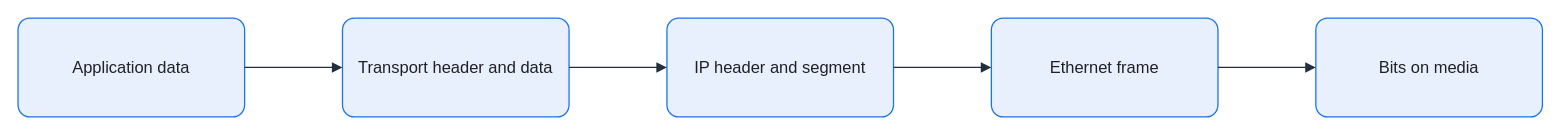
The draw.io diagram assets/img/network/osi-encapsulation-flow.drawio in KKamJi98/kkamji98.github.io, before the edit. Source tidied: cells renumbered, new cells numbered last; positions are measured from the earlier drawing's top-left corner, leaving out a move shared by most shapes. Both pictures are drawn from the tidied source at 103%, with x=0, y=0 at pixel (18, 18).
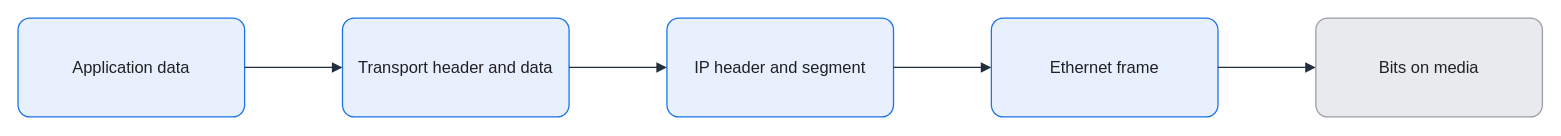
After the change.

What changed in the source:
```diff
@@
 <mxGraphModel background="#FFFFFF">
   <root>
     <mxCell id="0" />
     <mxCell id="1" parent="0" />
     <mxCell id="2" value="Application data" style="rounded=1;arcSize=12;whiteSpace=wrap;html=0;fillColor=#E8F0FE;strokeColor=#1A73E8;strokeWidth=1.25;fontColor=#202124;fontSize=16;align=center;verticalAlign=middle;spacing=8;shadow=0;" parent="1" vertex="1">
       <mxGeometry width="220" height="96" as="geometry" />
     </mxCell>
     <mxCell id="3" value="Transport header and data" style="rounded=1;arcSize=12;whiteSpace=wrap;html=0;fillColor=#E8F0FE;strokeColor=#1A73E8;strokeWidth=1.25;fontColor=#202124;fontSize=16;align=center;verticalAlign=middle;spacing=8;shadow=0;" parent="1" vertex="1">
       <mxGeometry x="315" width="220" height="96" as="geometry" />
     </mxCell>
     <mxCell id="4" value="IP header and segment" style="rounded=1;arcSize=12;whiteSpace=wrap;html=0;fillColor=#E8F0FE;strokeColor=#1A73E8;strokeWidth=1.25;fontColor=#202124;fontSize=16;align=center;verticalAlign=middle;spacing=8;shadow=0;" parent="1" vertex="1">
       <mxGeometry x="630" width="220" height="96" as="geometry" />
     </mxCell>
     <mxCell id="5" value="Ethernet frame" style="rounded=1;arcSize=12;whiteSpace=wrap;html=0;fillColor=#E8F0FE;strokeColor=#1A73E8;strokeWidth=1.25;fontColor=#202124;fontSize=16;align=center;verticalAlign=middle;spacing=8;shadow=0;" parent="1" vertex="1">
       <mxGeometry x="945" width="220" height="96" as="geometry" />
     </mxCell>
-    <mxCell id="6" value="Bits on media" style="rounded=1;arcSize=12;whiteSpace=wrap;html=0;fillColor=#E8F0FE;strokeColor=#1A73E8;strokeWidth=1.25;fontColor=#202124;fontSize=16;align=center;verticalAlign=middle;spacing=8;shadow=0;" parent="1" vertex="1">
+    <mxCell id="6" value="Bits on media" style="rounded=1;arcSize=12;whiteSpace=wrap;html=0;fillColor=#E8EAED;strokeColor=#9AA0A6;strokeWidth=1.25;fontColor=#202124;fontSize=16;align=center;verticalAlign=middle;spacing=8;shadow=0;" parent="1" vertex="1">
       <mxGeometry x="1260" width="220" height="96" as="geometry" />
     </mxCell>
     <mxCell id="7" style="edgeStyle=orthogonalEdgeStyle;rounded=0;jettySize=auto;html=0;endArrow=block;endFill=1;strokeColor=#232F3E;strokeWidth=1.25;fontColor=#202124;labelBackgroundColor=none;exitX=1;exitY=0.5;exitDx=0;exitDy=0;entryX=0;entryY=0.5;entryDx=0;entryDy=0;endSize=7;" parent="1" edge="1" source="2" target="3">
       <mxGeometry relative="1" as="geometry" />
     </mxCell>
     <mxCell id="8" style="edgeStyle=orthogonalEdgeStyle;rounded=0;jettySize=auto;html=0;endArrow=block;endFill=1;strokeColor=#232F3E;strokeWidth=1.25;fontColor=#202124;labelBackgroundColor=none;exitX=1;exitY=0.5;exitDx=0;exitDy=0;entryX=0;entryY=0.5;entryDx=0;entryDy=0;endSize=7;" parent="1" edge="1" source="3" target="4">
       <mxGeometry relative="1" as="geometry" />
     </mxCell>
     <mxCell id="9" style="edgeStyle=orthogonalEdgeStyle;rounded=0;jettySize=auto;html=0;endArrow=block;endFill=1;strokeColor=#232F3E;strokeWidth=1.25;fontColor=#202124;labelBackgroundColor=none;exitX=1;exitY=0.5;exitDx=0;exitDy=0;entryX=0;entryY=0.5;entryDx=0;entryDy=0;endSize=7;" parent="1" edge="1" source="4" target="5">
       <mxGeometry relative="1" as="geometry" />
     </mxCell>
     <mxCell id="10" style="edgeStyle=orthogonalEdgeStyle;rounded=0;jettySize=auto;html=0;endArrow=block;endFill=1;strokeColor=#232F3E;strokeWidth=1.25;fontColor=#202124;labelBackgroundColor=none;exitX=1;exitY=0.5;exitDx=0;exitDy=0;entryX=0;entryY=0.5;entryDx=0;entryDy=0;endSize=7;" parent="1" edge="1" source="5" target="6">
       <mxGeometry relative="1" as="geometry" />
     </mxCell>
   </root>
 </mxGraphModel>
```
